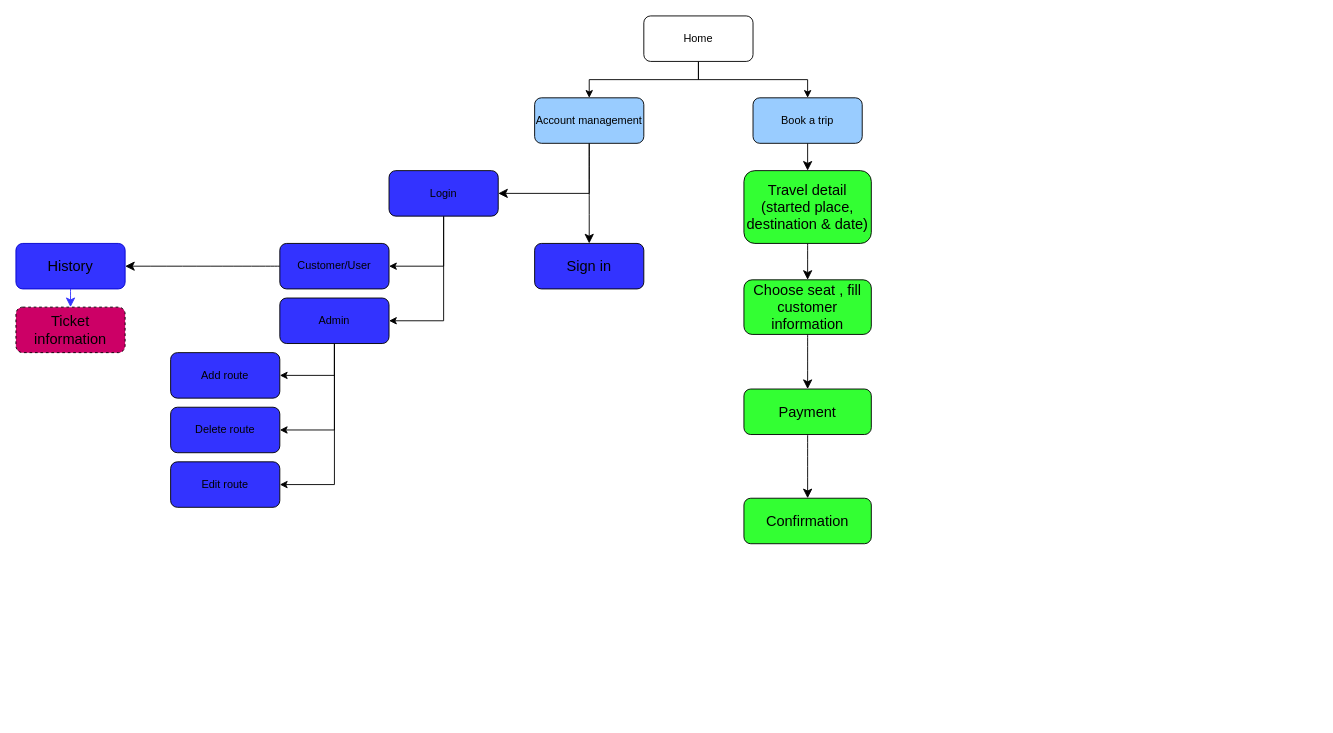
Earlier version of the draw.io diagram Untitled Diagram.drawio (nawhoangnguyen/test). Source tidied: cells renumbered, new cells numbered last; positions are measured from the earlier drawing's top-left corner, leaving out a move shared by most shapes. Both pictures are drawn from the tidied source at 91%, with x=0, y=0 at pixel (15, 15).
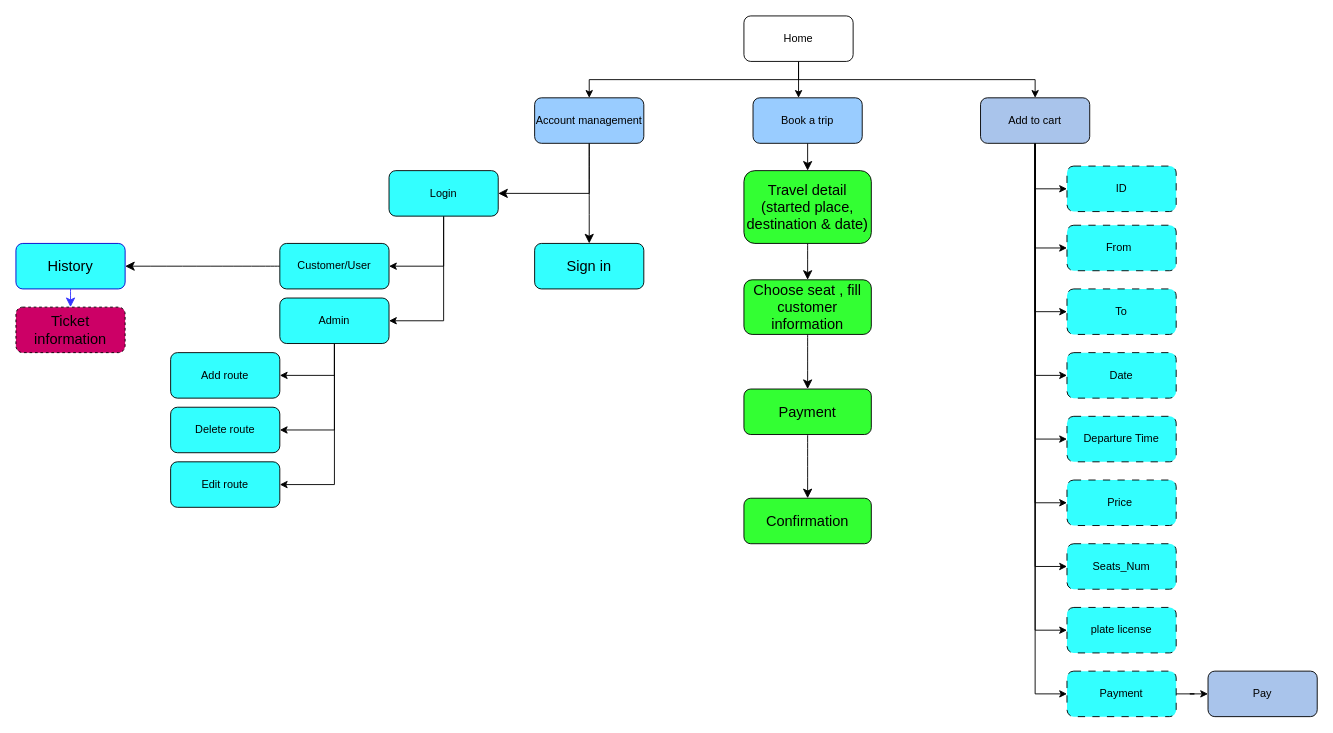
Above is the later version.

Unchanged cells that the change refers to:
```xml
<mxCell id="7" value="Account management" style="rounded=1;whiteSpace=wrap;html=1;fillColor=#99CCFF;" parent="1" vertex="1">
  <mxGeometry x="570" y="90" width="120" height="50" as="geometry" />
</mxCell>
<mxCell id="24" value="Book a trip" style="rounded=1;whiteSpace=wrap;html=1;fillColor=#99CCFF;" parent="1" vertex="1">
  <mxGeometry x="810" y="90" width="120" height="50" as="geometry" />
</mxCell>
```

The edit, as a diff of the source:
```diff
@@
+    <mxCell id="36" style="edgeStyle=orthogonalEdgeStyle;rounded=0;jettySize=auto;html=1;" parent="1" edge="1" source="4" target="46">
+      <mxGeometry relative="1" as="geometry">
+        <Array as="points">
+          <mxPoint x="860" y="35" />
+          <mxPoint x="860" y="70" />
+          <mxPoint x="1120" y="70" />
+        </Array>
+      </mxGeometry>
+    </mxCell>
+    <mxCell id="3" style="edgeStyle=orthogonalEdgeStyle;rounded=0;jettySize=auto;html=1;entryX=0.417;entryY=0;entryDx=0;entryDy=0;entryPerimeter=0;" parent="1" edge="1" source="4" target="24">
+      <mxGeometry relative="1" as="geometry" />
+    </mxCell>
-    <mxCell id="2" style="edgeStyle=orthogonalEdgeStyle;rounded=0;jettySize=auto;html=1;entryX=0.5;entryY=0;entryDx=0;entryDy=0;" parent="1" edge="1" source="4" target="7">
+    <mxCell id="2" style="edgeStyle=orthogonalEdgeStyle;rounded=0;jettySize=auto;html=1;" parent="1" edge="1" source="4" target="7">
       <mxGeometry relative="1" as="geometry">
         <Array as="points">
-          <mxPoint x="750" y="70" />
+          <mxPoint x="860" y="70" />
           <mxPoint x="630" y="70" />
         </Array>
       </mxGeometry>
     </mxCell>
-    <mxCell id="3" style="edgeStyle=orthogonalEdgeStyle;rounded=0;jettySize=auto;html=1;" parent="1" edge="1" source="4" target="24">
-      <mxGeometry relative="1" as="geometry">
-        <Array as="points">
-          <mxPoint x="750" y="70" />
-          <mxPoint x="870" y="70" />
-        </Array>
-      </mxGeometry>
-    </mxCell>
     <mxCell id="4" value="Home" style="rounded=1;whiteSpace=wrap;html=1;" parent="1" vertex="1">
-      <mxGeometry x="690" width="120" height="50" as="geometry" />
+      <mxGeometry x="800" width="120" height="50" as="geometry" />
     </mxCell>
@@
-    <mxCell id="10" value="Login" style="rounded=1;whiteSpace=wrap;html=1;fillColor=#3333FF;" parent="1" vertex="1">
+    <mxCell id="10" value="Login" style="rounded=1;whiteSpace=wrap;html=1;fillColor=#33FFFF;" parent="1" vertex="1">
       <mxGeometry x="410" y="170" width="120" height="50" as="geometry" />
     </mxCell>
@@
-    <mxCell id="15" value="Customer/User" style="rounded=1;whiteSpace=wrap;html=1;fillColor=#3333FF;" parent="1" vertex="1">
+    <mxCell id="15" value="Customer/User" style="rounded=1;whiteSpace=wrap;html=1;fillColor=#33FFFF;" parent="1" vertex="1">
       <mxGeometry x="290" y="250" width="120" height="50" as="geometry" />
     </mxCell>
@@
-    <mxCell id="19" value="Admin" style="rounded=1;whiteSpace=wrap;html=1;fillColor=#3333FF;" parent="1" vertex="1">
+    <mxCell id="19" value="Admin" style="rounded=1;whiteSpace=wrap;html=1;fillColor=#33FFFF;" parent="1" vertex="1">
       <mxGeometry x="290" y="310" width="120" height="50" as="geometry" />
     </mxCell>
-    <mxCell id="20" value="Add route" style="rounded=1;whiteSpace=wrap;html=1;fillColor=#3333FF;" parent="1" vertex="1">
+    <mxCell id="20" value="Add route" style="rounded=1;whiteSpace=wrap;html=1;fillColor=#33FFFF;" parent="1" vertex="1">
       <mxGeometry x="170" y="370" width="120" height="50" as="geometry" />
     </mxCell>
-    <mxCell id="21" value="Delete route" style="rounded=1;whiteSpace=wrap;html=1;fillColor=#3333FF;" parent="1" vertex="1">
+    <mxCell id="21" value="Delete route" style="rounded=1;whiteSpace=wrap;html=1;fillColor=#33FFFF;" parent="1" vertex="1">
       <mxGeometry x="170" y="430" width="120" height="50" as="geometry" />
     </mxCell>
-    <mxCell id="22" value="Edit route" style="rounded=1;whiteSpace=wrap;html=1;fillColor=#3333FF;" parent="1" vertex="1">
+    <mxCell id="22" value="Edit route" style="rounded=1;whiteSpace=wrap;html=1;fillColor=#33FFFF;" parent="1" vertex="1">
       <mxGeometry x="170" y="490" width="120" height="50" as="geometry" />
     </mxCell>
@@
-    <mxCell id="33" value="History" style="rounded=1;whiteSpace=wrap;html=1;fontSize=16;fillColor=#3333FF;strokeColor=#0000CC;" parent="1" vertex="1">
+    <mxCell id="33" value="History" style="rounded=1;whiteSpace=wrap;html=1;fontSize=16;fillColor=#33FFFF;strokeColor=#0000CC;" parent="1" vertex="1">
       <mxGeometry y="250" width="120" height="50" as="geometry" />
     </mxCell>
@@
-    <mxCell id="35" value="Sign in" style="rounded=1;whiteSpace=wrap;html=1;fontSize=16;fillColor=#3333FF;" parent="1" vertex="1">
+    <mxCell id="35" value="Sign in" style="rounded=1;whiteSpace=wrap;html=1;fontSize=16;fillColor=#33FFFF;" parent="1" vertex="1">
       <mxGeometry x="570" y="250" width="120" height="50" as="geometry" />
     </mxCell>
+    <mxCell id="37" style="edgeStyle=orthogonalEdgeStyle;rounded=0;jettySize=auto;html=1;strokeColor=#000000;" parent="1" edge="1" source="46" target="47">
+      <mxGeometry relative="1" as="geometry">
+        <Array as="points">
+          <mxPoint x="1120" y="190" />
+        </Array>
+      </mxGeometry>
+    </mxCell>
+    <mxCell id="38" style="edgeStyle=orthogonalEdgeStyle;rounded=0;jettySize=auto;html=1;entryX=0;entryY=0.5;entryDx=0;entryDy=0;strokeColor=#000000;" parent="1" edge="1" source="46" target="49">
+      <mxGeometry relative="1" as="geometry" />
+    </mxCell>
+    <mxCell id="39" style="edgeStyle=orthogonalEdgeStyle;rounded=0;jettySize=auto;html=1;entryX=0;entryY=0.5;entryDx=0;entryDy=0;strokeColor=#000000;" parent="1" edge="1" source="46" target="50">
+      <mxGeometry relative="1" as="geometry" />
+    </mxCell>
+    <mxCell id="40" style="edgeStyle=orthogonalEdgeStyle;rounded=0;jettySize=auto;html=1;entryX=0;entryY=0.5;entryDx=0;entryDy=0;strokeColor=#000000;" parent="1" edge="1" source="46" target="51">
+      <mxGeometry relative="1" as="geometry">
+        <Array as="points">
+          <mxPoint x="1120" y="465" />
+        </Array>
+      </mxGeometry>
+    </mxCell>
+    <mxCell id="41" style="edgeStyle=orthogonalEdgeStyle;rounded=0;jettySize=auto;html=1;entryX=0;entryY=0.5;entryDx=0;entryDy=0;strokeColor=#000000;" parent="1" edge="1" source="46" target="52">
+      <mxGeometry relative="1" as="geometry" />
+    </mxCell>
+    <mxCell id="42" style="edgeStyle=orthogonalEdgeStyle;rounded=0;jettySize=auto;html=1;entryX=0;entryY=0.5;entryDx=0;entryDy=0;strokeColor=#000000;" parent="1" edge="1" source="46" target="53">
+      <mxGeometry relative="1" as="geometry" />
+    </mxCell>
+    <mxCell id="43" style="edgeStyle=orthogonalEdgeStyle;rounded=0;jettySize=auto;html=1;entryX=0;entryY=0.5;entryDx=0;entryDy=0;strokeColor=#000000;" parent="1" edge="1" source="46" target="54">
+      <mxGeometry relative="1" as="geometry" />
+    </mxCell>
+    <mxCell id="44" style="edgeStyle=orthogonalEdgeStyle;rounded=0;jettySize=auto;html=1;entryX=0;entryY=0.5;entryDx=0;entryDy=0;strokeColor=#000000;" parent="1" edge="1" source="46" target="56">
+      <mxGeometry relative="1" as="geometry" />
+    </mxCell>
+    <mxCell id="45" style="edgeStyle=orthogonalEdgeStyle;rounded=0;jettySize=auto;html=1;entryX=0;entryY=0.5;entryDx=0;entryDy=0;" parent="1" edge="1" source="46" target="48">
+      <mxGeometry relative="1" as="geometry" />
+    </mxCell>
+    <mxCell id="46" value="Add to cart" style="rounded=1;whiteSpace=wrap;html=1;fillColor=#A9C4EB;strokeColor=#000000;" parent="1" vertex="1">
+      <mxGeometry x="1060" y="90" width="120" height="50" as="geometry" />
+    </mxCell>
+    <mxCell id="47" value="ID" style="rounded=1;whiteSpace=wrap;html=1;fillColor=#33FFFF;strokeColor=#000000;dashed=1;dashPattern=8 8;" parent="1" vertex="1">
+      <mxGeometry x="1155" y="165" width="120" height="50" as="geometry" />
+    </mxCell>
+    <mxCell id="48" value="&amp;nbsp; &amp;nbsp;From&lt;span style=&quot;white-space: pre;&quot;&gt;&#9;&lt;/span&gt;" style="rounded=1;whiteSpace=wrap;html=1;fillColor=#33FFFF;strokeColor=#000000;dashed=1;dashPattern=8 8;" parent="1" vertex="1">
+      <mxGeometry x="1155" y="230" width="120" height="50" as="geometry" />
+    </mxCell>
+    <mxCell id="49" value="To" style="rounded=1;whiteSpace=wrap;html=1;fillColor=#33FFFF;strokeColor=#000000;dashed=1;dashPattern=8 8;" parent="1" vertex="1">
+      <mxGeometry x="1155" y="300" width="120" height="50" as="geometry" />
+    </mxCell>
+    <mxCell id="50" value="Date" style="rounded=1;whiteSpace=wrap;html=1;fillColor=#33FFFF;strokeColor=#000000;dashed=1;dashPattern=8 8;" parent="1" vertex="1">
+      <mxGeometry x="1155" y="370" width="120" height="50" as="geometry" />
+    </mxCell>
+    <mxCell id="51" value="Departure Time" style="rounded=1;whiteSpace=wrap;html=1;fillColor=#33FFFF;strokeColor=#000000;dashed=1;dashPattern=8 8;" parent="1" vertex="1">
+      <mxGeometry x="1155" y="440" width="120" height="50" as="geometry" />
+    </mxCell>
+    <mxCell id="52" value="Price&amp;nbsp;" style="rounded=1;whiteSpace=wrap;html=1;fillColor=#33FFFF;strokeColor=#000000;dashed=1;dashPattern=8 8;" parent="1" vertex="1">
+      <mxGeometry x="1155" y="510" width="120" height="50" as="geometry" />
+    </mxCell>
+    <mxCell id="53" value="plate license" style="rounded=1;whiteSpace=wrap;html=1;fillColor=#33FFFF;strokeColor=#000000;dashed=1;dashPattern=8 8;" parent="1" vertex="1">
+      <mxGeometry x="1155" y="650" width="120" height="50" as="geometry" />
+    </mxCell>
+    <mxCell id="54" value="Seats_Num" style="rounded=1;whiteSpace=wrap;html=1;fillColor=#33FFFF;strokeColor=#000000;dashed=1;dashPattern=8 8;" parent="1" vertex="1">
+      <mxGeometry x="1155" y="580" width="120" height="50" as="geometry" />
+    </mxCell>
+    <mxCell id="55" style="edgeStyle=orthogonalEdgeStyle;rounded=0;jettySize=auto;html=1;strokeColor=#000000;" parent="1" edge="1" source="56" target="57">
+      <mxGeometry relative="1" as="geometry" />
+    </mxCell>
+    <mxCell id="56" value="Payment" style="rounded=1;whiteSpace=wrap;html=1;fillColor=#33FFFF;strokeColor=#000000;dashed=1;dashPattern=8 8;" parent="1" vertex="1">
+      <mxGeometry x="1155" y="720" width="120" height="50" as="geometry" />
+    </mxCell>
+    <mxCell id="57" value="Pay" style="rounded=1;whiteSpace=wrap;html=1;fillColor=#A9C4EB;strokeColor=#000000;" parent="1" vertex="1">
+      <mxGeometry x="1310" y="720" width="120" height="50" as="geometry" />
+    </mxCell>
```
